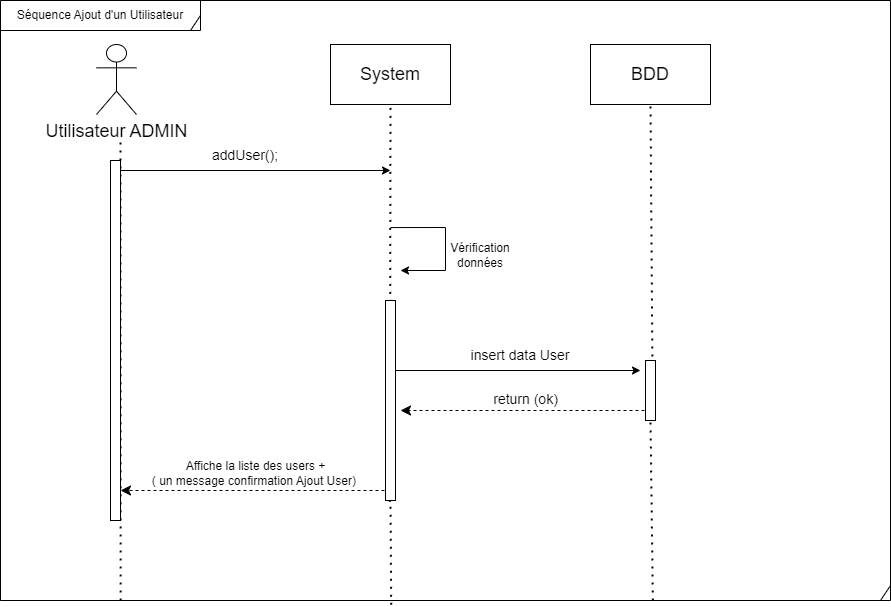
Simon-git26/Todo keeps this draw.io diagram as public/Documentation/UML/Sequence/Séquence Ajouter un User (Admin).drawio.png. Above is the earlier version. Source tidied: cells renumbered, new cells last; positions are measured from the earlier drawing's top-left corner, leaving out a move shared by most shapes.
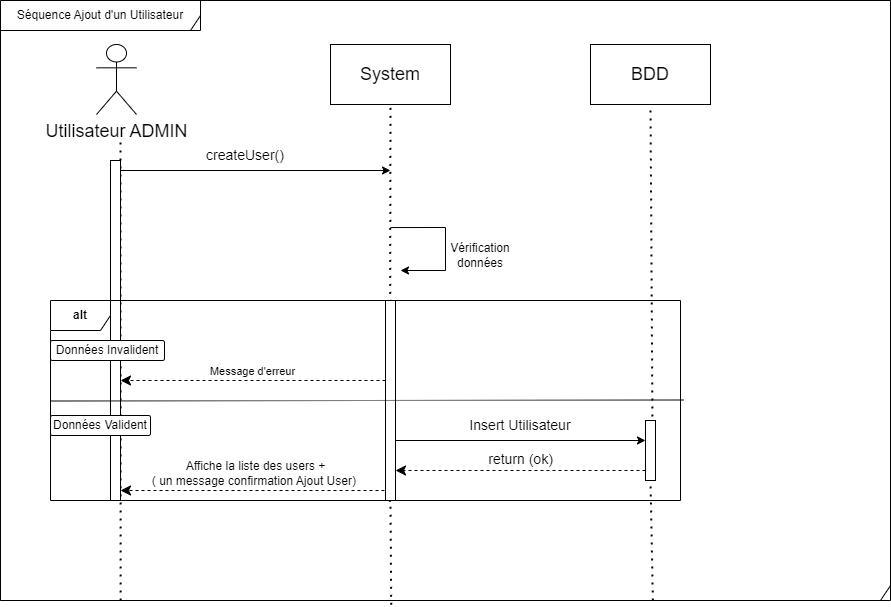
Later version of the same file.

Commit message:
Le bon UML ajout user ..j'avais mis l'ancien

Diff of the diagram source:
```diff
@@ -22,7 +22,7 @@
         <mxPoint x="390" y="170" as="targetPoint" />
       </mxGeometry>
     </mxCell>
-    <mxCell id="8" value="addUser();" style="text;html=1;strokeColor=none;fillColor=none;align=center;verticalAlign=middle;whiteSpace=wrap;rounded=0;fontSize=14;" parent="1" vertex="1">
+    <mxCell id="8" value="createUser()" style="text;html=1;strokeColor=none;fillColor=none;align=center;verticalAlign=middle;whiteSpace=wrap;rounded=0;fontSize=14;" parent="1" vertex="1">
       <mxGeometry x="120" y="140" width="250" height="30" as="geometry" />
     </mxCell>
     <mxCell id="9" style="endArrow=none;dashed=1;html=1;dashPattern=1 3;strokeWidth=2;rounded=0;startArrow=none;" parent="1" edge="1">
@@ -55,17 +55,17 @@
     </mxCell>
     <mxCell id="15" style="endArrow=classic;html=1;rounded=0;fontSize=18;exitX=0;exitY=1;exitDx=0;exitDy=0;" parent="1" edge="1">
       <mxGeometry relative="1" as="geometry">
-        <mxPoint x="390" y="370" as="sourcePoint" />
-        <mxPoint x="640" y="370" as="targetPoint" />
+        <mxPoint x="395" y="440" as="sourcePoint" />
+        <mxPoint x="645" y="440" as="targetPoint" />
       </mxGeometry>
     </mxCell>
-    <mxCell id="16" value="&lt;font style=&quot;font-size: 14px;&quot;&gt;insert data User&lt;/font&gt;" style="text;html=1;strokeColor=none;fillColor=none;align=center;verticalAlign=middle;whiteSpace=wrap;rounded=0;" parent="1" vertex="1">
-      <mxGeometry x="440" y="340" width="160" height="30" as="geometry" />
+    <mxCell id="16" value="&lt;span style=&quot;font-size: 14px;&quot;&gt;Insert Utilisateur&lt;/span&gt;" style="text;html=1;strokeColor=none;fillColor=none;align=center;verticalAlign=middle;whiteSpace=wrap;rounded=0;" parent="1" vertex="1">
+      <mxGeometry x="440" y="410" width="160" height="30" as="geometry" />
     </mxCell>
     <mxCell id="17" value="&lt;font style=&quot;font-size: 14px;&quot;&gt;return (ok)&lt;/font&gt;" style="html=1;verticalAlign=bottom;endArrow=classic;dashed=1;endSize=8;edgeStyle=elbowEdgeStyle;elbow=vertical;curved=0;rounded=0;endFill=1;" parent="1" edge="1">
       <mxGeometry relative="1" as="geometry">
-        <mxPoint x="650" y="410" as="sourcePoint" />
-        <mxPoint x="400" y="410" as="targetPoint" />
+        <mxPoint x="645" y="470" as="sourcePoint" />
+        <mxPoint x="395" y="470" as="targetPoint" />
       </mxGeometry>
     </mxCell>
     <mxCell id="18" value="&lt;font style=&quot;font-size: 12px;&quot;&gt;Affiche la liste des users + &lt;br&gt;( un message confirmation Ajout User)&amp;nbsp;&lt;/font&gt;" style="html=1;verticalAlign=bottom;endArrow=classic;dashed=1;endSize=8;edgeStyle=elbowEdgeStyle;elbow=vertical;curved=0;rounded=0;endFill=1;" parent="1" edge="1">
@@ -78,7 +78,7 @@
       <mxGeometry relative="1" as="geometry" />
     </mxCell>
     <mxCell id="20" style="html=1;points=[[0,0,0,0,5],[0,1,0,0,-5],[1,0,0,0,5],[1,1,0,0,-5]];perimeter=orthogonalPerimeter;outlineConnect=0;targetShapes=umlLifeline;portConstraint=eastwest;newEdgeStyle={&quot;curved&quot;:0,&quot;rounded&quot;:0};" parent="1" vertex="1">
-      <mxGeometry x="645" y="360" width="10" height="60" as="geometry" />
+      <mxGeometry x="645" y="420" width="10" height="60" as="geometry" />
     </mxCell>
     <mxCell id="21" style="endArrow=none;dashed=1;html=1;dashPattern=1 3;strokeWidth=2;rounded=0;startArrow=none;exitX=0.439;exitY=1.007;exitDx=0;exitDy=0;exitPerimeter=0;entryX=0.5;entryY=1;entryDx=0;entryDy=0;" parent="1" edge="1" source="2" target="22">
       <mxGeometry relative="1" as="geometry" />
@@ -87,7 +87,28 @@
       <mxGeometry x="385" y="300" width="10" height="200" as="geometry" />
     </mxCell>
     <mxCell id="23" style="html=1;perimeter=orthogonalPerimeter;targetShapes=umlLifeline;newEdgeStyle={&quot;curved&quot;:0,&quot;rounded&quot;:0};" parent="1" vertex="1">
-      <mxGeometry x="110" y="160" width="10" height="360" as="geometry" />
+      <mxGeometry x="110" y="160" width="10" height="340" as="geometry" />
     </mxCell>
+    <mxCell id="24" value="&lt;b&gt;alt&lt;/b&gt;" style="shape=umlFrame;whiteSpace=wrap;html=1;" parent="1" vertex="1">
+      <mxGeometry x="50" y="300" width="630" height="200" as="geometry" />
+    </mxCell>
+    <mxCell id="25" style="endArrow=none;html=1;rounded=0;dashed=1;dashPattern=1 1;entryX=1.001;entryY=0.443;entryDx=0;entryDy=0;entryPerimeter=0;exitX=-0.004;exitY=0.45;exitDx=0;exitDy=0;exitPerimeter=0;" parent="1" edge="1">
+      <mxGeometry relative="1" as="geometry">
+        <mxPoint x="50" y="400.5" as="sourcePoint" />
+        <mxPoint x="684" y="399.5" as="targetPoint" />
+      </mxGeometry>
+    </mxCell>
+    <mxCell id="26" value="Données Valident" style="rounded=1;arcSize=10;whiteSpace=wrap;html=1;align=center;" parent="1" vertex="1">
+      <mxGeometry x="50" y="415" width="100" height="20" as="geometry" />
+    </mxCell>
+    <mxCell id="27" value="Données Invalident" style="rounded=1;arcSize=10;whiteSpace=wrap;html=1;align=center;" parent="1" vertex="1">
+      <mxGeometry x="50" y="340" width="114" height="20" as="geometry" />
+    </mxCell>
+    <mxCell id="28" value="Message d'erreur" style="html=1;verticalAlign=bottom;endArrow=classic;dashed=1;endSize=8;edgeStyle=elbowEdgeStyle;elbow=vertical;curved=0;rounded=0;endFill=1;" parent="1" edge="1">
+      <mxGeometry relative="1" as="geometry">
+        <mxPoint x="385" y="380" as="sourcePoint" />
+        <mxPoint x="120" y="380" as="targetPoint" />
+      </mxGeometry>
+    </mxCell>
   </root>
 </mxGraphModel>
```
